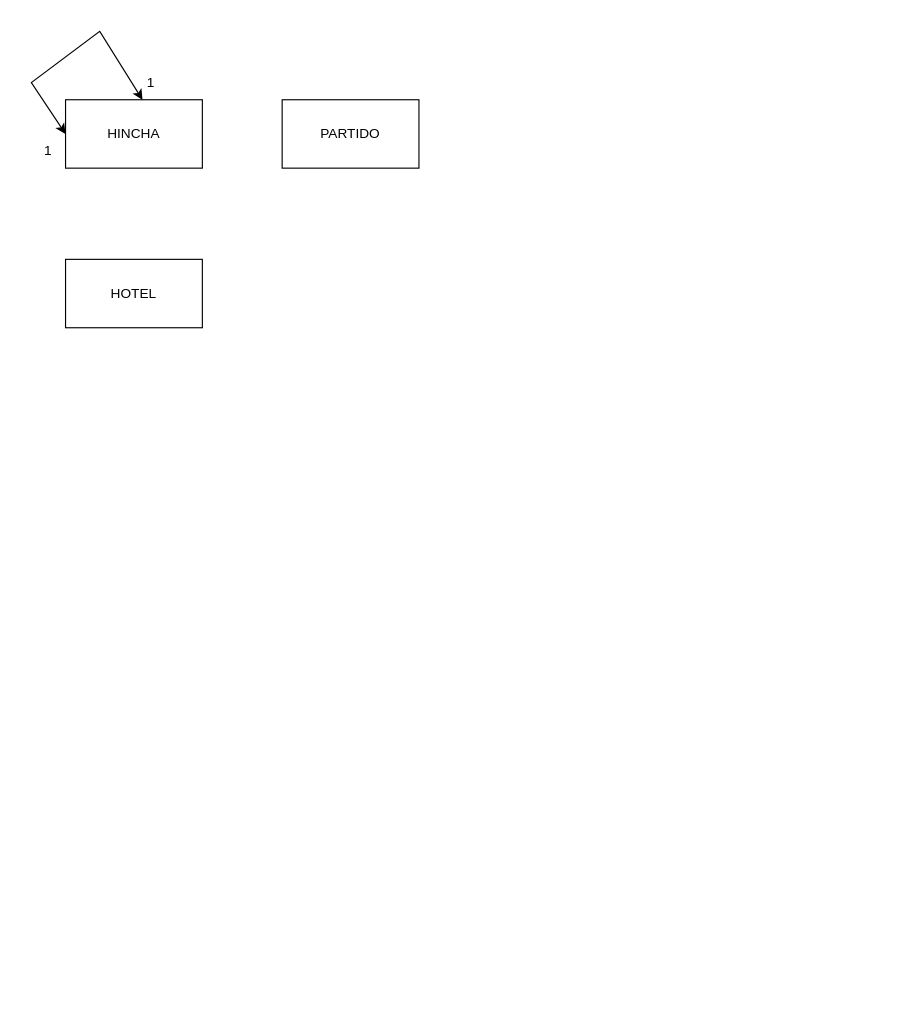
Above: BD/AA23.drawio in Damaal/PracticaJAVA (draw.io), before the change. Source tidied: cells renumbered, new cells numbered last; positions are measured from the earlier drawing's top-left corner, leaving out a move shared by most shapes. Both pictures are drawn from the tidied source at 114%, with x=0, y=0 at pixel (31, 31).
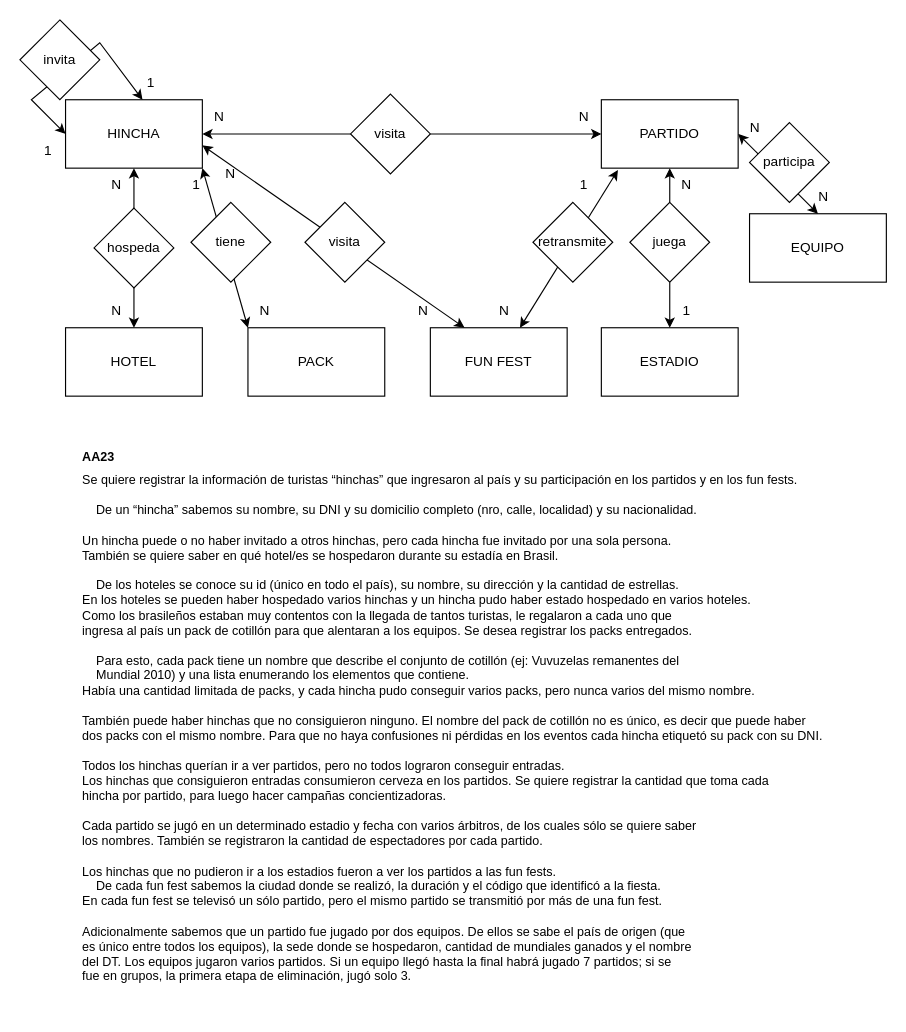
Above is the later version.

The change refers to these unchanged cells:
```xml
<mxCell id="2" value="HINCHA" style="rounded=0;whiteSpace=wrap;html=1;" parent="1" vertex="1">
  <mxGeometry x="30" y="60" width="120" height="60" as="geometry" />
</mxCell>
<mxCell id="4" value="1" style="text;html=1;strokeColor=none;fillColor=none;align=center;verticalAlign=middle;whiteSpace=wrap;rounded=0;" parent="1" vertex="1">
  <mxGeometry x="90" y="30" width="30" height="30" as="geometry" />
</mxCell>
<mxCell id="5" value="1" style="text;html=1;strokeColor=none;fillColor=none;align=center;verticalAlign=middle;whiteSpace=wrap;rounded=0;" parent="1" vertex="1">
  <mxGeometry y="90" width="30" height="30" as="geometry" />
</mxCell>
```

What changed in the source:
```diff
@@
     <mxCell id="3" value="PARTIDO" style="rounded=0;whiteSpace=wrap;html=1;" parent="1" vertex="1">
-      <mxGeometry x="220" y="60" width="120" height="60" as="geometry" />
+      <mxGeometry x="500" y="60" width="120" height="60" as="geometry" />
     </mxCell>
@@
     <mxCell id="6" value="HOTEL" style="rounded=0;whiteSpace=wrap;html=1;" parent="1" vertex="1">
-      <mxGeometry x="30" y="200" width="120" height="60" as="geometry" />
+      <mxGeometry x="30" y="260" width="120" height="60" as="geometry" />
     </mxCell>
     <mxCell id="7" style="endArrow=classic;startArrow=classic;html=1;rounded=0;entryX=0.25;entryY=1;entryDx=0;entryDy=0;exitX=1;exitY=0;exitDx=0;exitDy=0;" parent="1" edge="1" source="5" target="4">
       <mxGeometry relative="1" as="geometry">
         <Array as="points">
-          <mxPoint y="45" />
-          <mxPoint x="60" />
+          <mxPoint y="60" />
+          <mxPoint x="60" y="10" />
         </Array>
       </mxGeometry>
     </mxCell>
+    <mxCell id="8" style="endArrow=classic;startArrow=classic;html=1;rounded=0;entryX=0.5;entryY=1;entryDx=0;entryDy=0;exitX=0.5;exitY=0;exitDx=0;exitDy=0;" parent="1" edge="1" source="6" target="2">
+      <mxGeometry relative="1" as="geometry" />
+    </mxCell>
+    <mxCell id="9" value="N" style="text;html=1;strokeColor=none;fillColor=none;align=center;verticalAlign=middle;whiteSpace=wrap;rounded=0;" parent="1" vertex="1">
+      <mxGeometry x="60" y="230" width="30" height="30" as="geometry" />
+    </mxCell>
+    <mxCell id="10" value="N" style="text;html=1;strokeColor=none;fillColor=none;align=center;verticalAlign=middle;whiteSpace=wrap;rounded=0;" parent="1" vertex="1">
+      <mxGeometry x="60" y="120" width="30" height="30" as="geometry" />
+    </mxCell>
+    <mxCell id="11" value="PACK" style="rounded=0;whiteSpace=wrap;html=1;" parent="1" vertex="1">
+      <mxGeometry x="190" y="260" width="120" height="60" as="geometry" />
+    </mxCell>
+    <mxCell id="12" style="endArrow=classic;startArrow=classic;html=1;rounded=0;entryX=1;entryY=1;entryDx=0;entryDy=0;exitX=0;exitY=0;exitDx=0;exitDy=0;" parent="1" edge="1" source="11" target="2">
+      <mxGeometry relative="1" as="geometry" />
+    </mxCell>
+    <mxCell id="13" value="1" style="text;html=1;strokeColor=none;fillColor=none;align=center;verticalAlign=middle;whiteSpace=wrap;rounded=0;" parent="1" vertex="1">
+      <mxGeometry x="130" y="120" width="30" height="30" as="geometry" />
+    </mxCell>
+    <mxCell id="14" value="N" style="text;html=1;strokeColor=none;fillColor=none;align=center;verticalAlign=middle;whiteSpace=wrap;rounded=0;" parent="1" vertex="1">
+      <mxGeometry x="190" y="230" width="30" height="30" as="geometry" />
+    </mxCell>
+    <mxCell id="15" value="ESTADIO" style="rounded=0;whiteSpace=wrap;html=1;" parent="1" vertex="1">
+      <mxGeometry x="500" y="260" width="120" height="60" as="geometry" />
+    </mxCell>
+    <mxCell id="16" style="endArrow=classic;startArrow=none;html=1;rounded=0;" parent="1" edge="1" source="30">
+      <mxGeometry relative="1" as="geometry">
+        <mxPoint x="560" y="120" as="targetPoint" />
+      </mxGeometry>
+    </mxCell>
+    <mxCell id="17" value="FUN FEST" style="rounded=0;whiteSpace=wrap;html=1;" parent="1" vertex="1">
+      <mxGeometry x="350" y="260" width="120" height="60" as="geometry" />
+    </mxCell>
+    <mxCell id="18" style="endArrow=classic;startArrow=classic;html=1;rounded=0;exitX=0.121;exitY=1.028;exitDx=0;exitDy=0;exitPerimeter=0;" parent="1" edge="1" source="3" target="17">
+      <mxGeometry relative="1" as="geometry" />
+    </mxCell>
+    <mxCell id="19" value="1" style="text;html=1;strokeColor=none;fillColor=none;align=center;verticalAlign=middle;whiteSpace=wrap;rounded=0;" parent="1" vertex="1">
+      <mxGeometry x="470" y="120" width="30" height="30" as="geometry" />
+    </mxCell>
+    <mxCell id="20" value="N" style="text;html=1;strokeColor=none;fillColor=none;align=center;verticalAlign=middle;whiteSpace=wrap;rounded=0;" parent="1" vertex="1">
+      <mxGeometry x="400" y="230" width="30" height="30" as="geometry" />
+    </mxCell>
+    <mxCell id="21" value="EQUIPO" style="rounded=0;whiteSpace=wrap;html=1;" parent="1" vertex="1">
+      <mxGeometry x="630" y="160" width="120" height="60" as="geometry" />
+    </mxCell>
+    <mxCell id="22" style="endArrow=classic;startArrow=classic;html=1;rounded=0;entryX=1;entryY=0.5;entryDx=0;entryDy=0;exitX=0.5;exitY=0;exitDx=0;exitDy=0;" parent="1" edge="1" source="21" target="3">
+      <mxGeometry relative="1" as="geometry" />
+    </mxCell>
+    <mxCell id="23" value="N" style="text;html=1;strokeColor=none;fillColor=none;align=center;verticalAlign=middle;whiteSpace=wrap;rounded=0;" parent="1" vertex="1">
+      <mxGeometry x="620" y="70" width="30" height="30" as="geometry" />
+    </mxCell>
+    <mxCell id="24" value="N" style="text;html=1;strokeColor=none;fillColor=none;align=center;verticalAlign=middle;whiteSpace=wrap;rounded=0;" parent="1" vertex="1">
+      <mxGeometry x="680" y="130" width="30" height="30" as="geometry" />
+    </mxCell>
+    <mxCell id="25" value="N" style="text;html=1;strokeColor=none;fillColor=none;align=center;verticalAlign=middle;whiteSpace=wrap;rounded=0;" parent="1" vertex="1">
+      <mxGeometry x="560" y="120" width="30" height="30" as="geometry" />
+    </mxCell>
+    <mxCell id="26" value="1" style="text;html=1;strokeColor=none;fillColor=none;align=center;verticalAlign=middle;whiteSpace=wrap;rounded=0;" parent="1" vertex="1">
+      <mxGeometry x="560" y="230" width="30" height="30" as="geometry" />
+    </mxCell>
+    <mxCell id="27" value="hospeda" style="rhombus;whiteSpace=wrap;html=1;" parent="1" vertex="1">
+      <mxGeometry x="55" y="155" width="70" height="70" as="geometry" />
+    </mxCell>
+    <mxCell id="28" value="tiene" style="rhombus;whiteSpace=wrap;html=1;" parent="1" vertex="1">
+      <mxGeometry x="140" y="150" width="70" height="70" as="geometry" />
+    </mxCell>
+    <mxCell id="29" value="retransmite" style="rhombus;whiteSpace=wrap;html=1;" parent="1" vertex="1">
+      <mxGeometry x="440" y="150" width="70" height="70" as="geometry" />
+    </mxCell>
+    <mxCell id="30" value="juega" style="rhombus;whiteSpace=wrap;html=1;" parent="1" vertex="1">
+      <mxGeometry x="525" y="150" width="70" height="70" as="geometry" />
+    </mxCell>
+    <mxCell id="31" style="endArrow=none;startArrow=classic;html=1;rounded=0;" parent="1" edge="1" source="15" target="30">
+      <mxGeometry relative="1" as="geometry" />
+    </mxCell>
+    <mxCell id="32" value="participa" style="rhombus;whiteSpace=wrap;html=1;" parent="1" vertex="1">
+      <mxGeometry x="630" y="80" width="70" height="70" as="geometry" />
+    </mxCell>
+    <mxCell id="33" value="invita" style="rhombus;whiteSpace=wrap;html=1;" parent="1" vertex="1">
+      <mxGeometry x="-10" y="-10" width="70" height="70" as="geometry" />
+    </mxCell>
+    <mxCell id="34" style="endArrow=classic;startArrow=none;html=1;rounded=0;fontSize=7;exitX=1;exitY=0.5;exitDx=0;exitDy=0;entryX=0;entryY=0.5;entryDx=0;entryDy=0;" parent="1" edge="1" source="41" target="3">
+      <mxGeometry relative="1" as="geometry" />
+    </mxCell>
+    <mxCell id="35" value="N" style="text;html=1;strokeColor=none;fillColor=none;align=center;verticalAlign=middle;whiteSpace=wrap;rounded=0;" parent="1" vertex="1">
+      <mxGeometry x="150" y="60" width="30" height="30" as="geometry" />
+    </mxCell>
+    <mxCell id="36" value="N" style="text;html=1;strokeColor=none;fillColor=none;align=center;verticalAlign=middle;whiteSpace=wrap;rounded=0;" parent="1" vertex="1">
+      <mxGeometry x="470" y="60" width="30" height="30" as="geometry" />
+    </mxCell>
+    <mxCell id="37" style="endArrow=classic;startArrow=classic;html=1;rounded=0;fontSize=7;exitX=0.25;exitY=0;exitDx=0;exitDy=0;" parent="1" edge="1" source="17">
+      <mxGeometry relative="1" as="geometry">
+        <mxPoint x="150" y="100" as="targetPoint" />
+      </mxGeometry>
+    </mxCell>
+    <mxCell id="38" value="N" style="text;html=1;strokeColor=none;fillColor=none;align=center;verticalAlign=middle;whiteSpace=wrap;rounded=0;" parent="1" vertex="1">
+      <mxGeometry x="160" y="110" width="30" height="30" as="geometry" />
+    </mxCell>
+    <mxCell id="39" value="N" style="text;html=1;strokeColor=none;fillColor=none;align=center;verticalAlign=middle;whiteSpace=wrap;rounded=0;" parent="1" vertex="1">
+      <mxGeometry x="329" y="230" width="30" height="30" as="geometry" />
+    </mxCell>
+    <mxCell id="40" value="visita" style="rhombus;whiteSpace=wrap;html=1;" parent="1" vertex="1">
+      <mxGeometry x="240" y="150" width="70" height="70" as="geometry" />
+    </mxCell>
+    <mxCell id="41" value="visita" style="rhombus;whiteSpace=wrap;html=1;" parent="1" vertex="1">
+      <mxGeometry x="280" y="55" width="70" height="70" as="geometry" />
+    </mxCell>
+    <mxCell id="42" style="endArrow=none;startArrow=classic;html=1;rounded=0;fontSize=7;exitX=1;exitY=0.5;exitDx=0;exitDy=0;entryX=0;entryY=0.5;entryDx=0;entryDy=0;" parent="1" edge="1" source="2" target="41">
+      <mxGeometry relative="1" as="geometry" />
+    </mxCell>
+    <mxCell id="43" value="&lt;h1 style=&quot;font-size: 11px;&quot;&gt;AA23&lt;br&gt;&lt;/h1&gt;Se quiere registrar la información de turistas “hinchas” que ingresaron al país y su participación en los partidos y en los fun fests. &lt;br style=&quot;font-size: 11px;&quot;&gt;&lt;br style=&quot;font-size: 11px;&quot;&gt;&amp;nbsp;&amp;nbsp; &amp;nbsp;De un “hincha” sabemos su nombre, su DNI y su domicilio completo (nro, calle, localidad) y su nacionalidad.&lt;br style=&quot;font-size: 11px;&quot;&gt;&lt;br style=&quot;font-size: 11px;&quot;&gt;Un hincha puede o no haber invitado a otros hinchas, pero cada hincha fue invitado por una sola persona.&lt;br style=&quot;font-size: 11px;&quot;&gt;También se quiere saber en qué hotel/es se hospedaron durante su estadía en Brasil. &lt;br style=&quot;font-size: 11px;&quot;&gt;&lt;br style=&quot;font-size: 11px;&quot;&gt;&amp;nbsp;&amp;nbsp; &amp;nbsp;De los hoteles se conoce su id (único en todo el país), su nombre, su dirección y la cantidad de estrellas. &lt;br style=&quot;font-size: 11px;&quot;&gt;En los hoteles se pueden haber hospedado varios hinchas y un hincha pudo haber estado hospedado en varios hoteles.&lt;br style=&quot;font-size: 11px;&quot;&gt;Como los brasileños estaban muy contentos con la llegada de tantos turistas, le regalaron a cada uno que&lt;br style=&quot;font-size: 11px;&quot;&gt;ingresa al país un pack de cotillón para que alentaran a los equipos. Se desea registrar los packs entregados.&lt;br style=&quot;font-size: 11px;&quot;&gt;&lt;br style=&quot;font-size: 11px;&quot;&gt;&amp;nbsp;&amp;nbsp; &amp;nbsp;Para esto, cada pack tiene un nombre que describe el conjunto de cotillón (ej: Vuvuzelas remanentes del&lt;br style=&quot;font-size: 11px;&quot;&gt;&amp;nbsp;&amp;nbsp; &amp;nbsp;Mundial 2010) y una lista enumerando los elementos que contiene. &lt;br style=&quot;font-size: 11px;&quot;&gt;Había una cantidad limitada de packs, y cada hincha pudo conseguir varios packs, pero nunca varios del mismo nombre. &amp;nbsp;&lt;br style=&quot;font-size: 11px;&quot;&gt;&lt;br style=&quot;font-size: 11px;&quot;&gt;También puede haber hinchas que no consiguieron ninguno. El nombre del pack de cotillón no es único, es decir que puede haber&lt;br style=&quot;font-size: 11px;&quot;&gt;dos packs con el mismo nombre. Para que no haya confusiones ni pérdidas en los eventos cada hincha etiquetó su pack con su DNI.&lt;br style=&quot;font-size: 11px;&quot;&gt;&lt;br style=&quot;font-size: 11px;&quot;&gt;Todos los hinchas querían ir a ver partidos, pero no todos lograron conseguir entradas. &lt;br style=&quot;font-size: 11px;&quot;&gt;Los hinchas que consiguieron entradas consumieron cerveza en los partidos. Se quiere registrar la cantidad que toma cada&lt;br style=&quot;font-size: 11px;&quot;&gt;hincha por partido, para luego hacer campañas concientizadoras.&lt;br style=&quot;font-size: 11px;&quot;&gt;&lt;br style=&quot;font-size: 11px;&quot;&gt;Cada partido se jugó en un determinado estadio y fecha con varios árbitros, de los cuales sólo se quiere saber&lt;br style=&quot;font-size: 11px;&quot;&gt;los nombres. También se registraron la cantidad de espectadores por cada partido.&lt;br style=&quot;font-size: 11px;&quot;&gt;&lt;br style=&quot;font-size: 11px;&quot;&gt;Los hinchas que no pudieron ir a los estadios fueron a ver los partidos a las fun fests. &lt;br style=&quot;font-size: 11px;&quot;&gt;&amp;nbsp;&amp;nbsp; &amp;nbsp;De cada fun fest sabemos la ciudad donde se realizó, la duración y el código que identificó a la fiesta. &lt;br style=&quot;font-size: 11px;&quot;&gt;En cada fun fest se televisó un sólo partido, pero el mismo partido se transmitió por más de una fun fest.&lt;br style=&quot;font-size: 11px;&quot;&gt;&lt;br style=&quot;font-size: 11px;&quot;&gt;Adicionalmente sabemos que un partido fue jugado por dos equipos. De ellos se sabe el país de origen (que&lt;br style=&quot;font-size: 11px;&quot;&gt;es único entre todos los equipos), la sede donde se hospedaron, cantidad de mundiales ganados y el nombre&lt;br style=&quot;font-size: 11px;&quot;&gt;del DT. Los equipos jugaron varios partidos. Si un equipo llegó hasta la final habrá jugado 7 partidos; si se&lt;br style=&quot;font-size: 11px;&quot;&gt;fue en grupos, la primera etapa de eliminación, jugó solo 3." style="text;html=1;strokeColor=none;fillColor=none;spacing=5;spacingTop=-20;whiteSpace=wrap;overflow=hidden;rounded=0;fontSize=11;strokeWidth=1;" parent="1" vertex="1">
+      <mxGeometry x="40" y="370" width="680" height="490" as="geometry" />
+    </mxCell>
```
